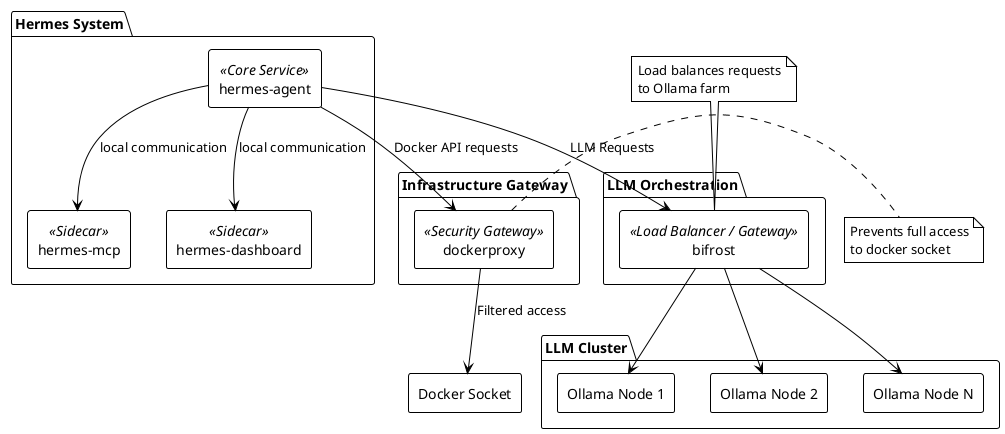
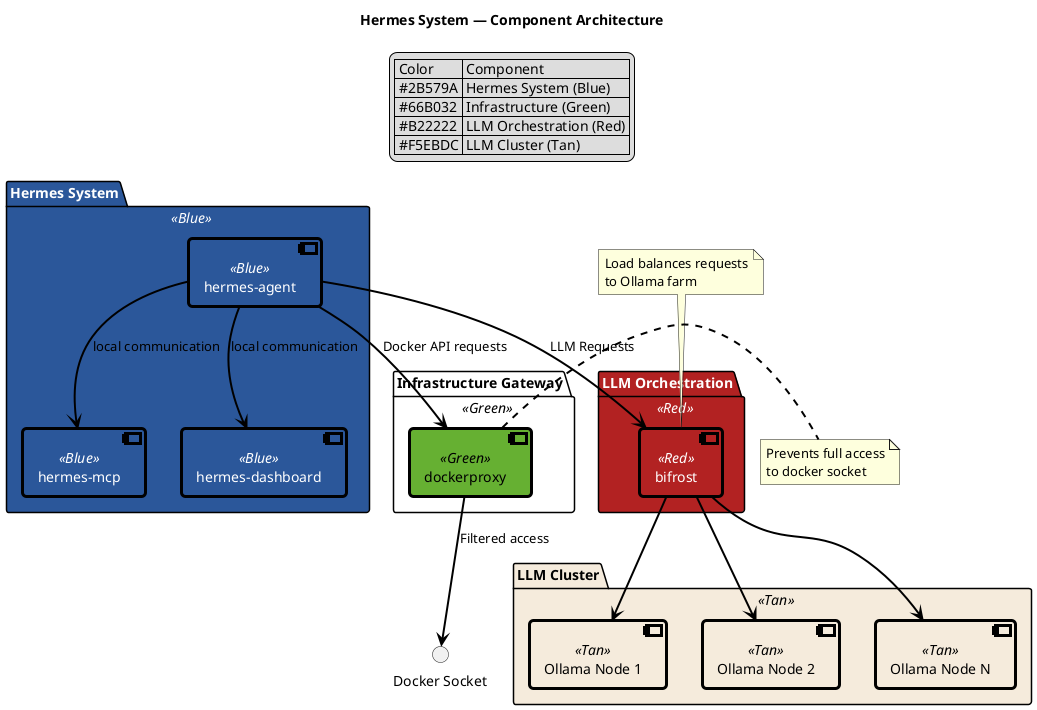
- @startuml
- !theme plain
- skinparam componentStyle rectangle
+ @startuml HermesSystemOverview

- package "Hermes System" {
-     [hermes-agent] as Agent <<Core Service>>
-     [hermes-mcp] as MCP <<Sidecar>>
-     [hermes-dashboard] as Dashboard <<Sidecar>>
+ title Hermes System — Component Architecture
+ 
+ ' Color Palette Definitions
+ skinparam component {
+     BorderColor #000000
+     BorderThickness 3
+     RoundCorner 8
+ }
+ skinparam arrow {
+     Color #000000
+     Thickness 2
+ }
+ skinparam defaultIconSize 16
+ 
+ ' Blue - Hermes System Components
+ skinparam package<<Blue>> {
+     BackgroundColor #2B579A
+     FontColor #FFFFFF
+ }
+ skinparam component<<Blue>> {
+     BackgroundColor #2B579A
+     FontColor #FFFFFF
}

- package "Infrastructure Gateway" {
-     [dockerproxy] as Proxy <<Security Gateway>>
+ ' Green - Infrastructure
+ skinparam component<<Green>> {
+     BackgroundColor #66B032
+     FontColor #000000
}

- package "LLM Orchestration" {
-     [bifrost] as Bifrost <<Load Balancer / Gateway>>
+ ' Red - LLM Orchestration
+ skinparam package<<Red>> {
+     BackgroundColor #B22222
+     FontColor #FFFFFF
+ }
+ skinparam component<<Red>> {
+     BackgroundColor #B22222
+     FontColor #FFFFFF
}

- package "LLM Cluster" {
-     component "Ollama Node 1" as Ollama1
-     component "Ollama Node 2" as Ollama2
-     component "Ollama Node N" as OllamaN
+ ' Tan - LLM Cluster
+ skinparam package<<Tan>> {
+     BackgroundColor #F5EBDC
+     FontColor #000000
+ }
+ skinparam component<<Tan>> {
+     BackgroundColor #F5EBDC
+     FontColor #000000
+ }
+ 
+ package "Hermes System" <<Blue>> {
+     component "hermes-agent" <<Blue>> as Agent
+     component "hermes-mcp" <<Blue>> as MCP
+     component "hermes-dashboard" <<Blue>> as Dashboard
+ }
+ 
+ package "Infrastructure Gateway" <<Green>> {
+     component "dockerproxy" <<Green>> as Proxy
+ }
+ 
+ package "LLM Orchestration" <<Red>> {
+     component "bifrost" <<Red>> as Bifrost
+ }
+ 
+ package "LLM Cluster" <<Tan>> {
+     component "Ollama Node 1" <<Tan>> as Ollama1
+     component "Ollama Node 2" <<Tan>> as Ollama2
+     component "Ollama Node N" <<Tan>> as OllamaN
}

' Relationships
Agent --> MCP : local communication
Agent --> Dashboard : local communication
Agent --> Proxy : Docker API requests
- Proxy --> [Docker Socket] : Filtered access
+ Proxy --> "Docker Socket" : Filtered access

Agent --> Bifrost : LLM Requests
Bifrost --> Ollama1
Bifrost --> Ollama2
Bifrost --> OllamaN

note right of Proxy : Prevents full access\nto docker socket
note top of Bifrost : Load balances requests\nto Ollama farm

+ legend top
+   | Color | Component |
+   | #2B579A | Hermes System (Blue) |
+   | #66B032 | Infrastructure (Green) |
+   | #B22222 | LLM Orchestration (Red) |
+   | #F5EBDC | LLM Cluster (Tan) |
+ endlegend
+ 
@enduml
